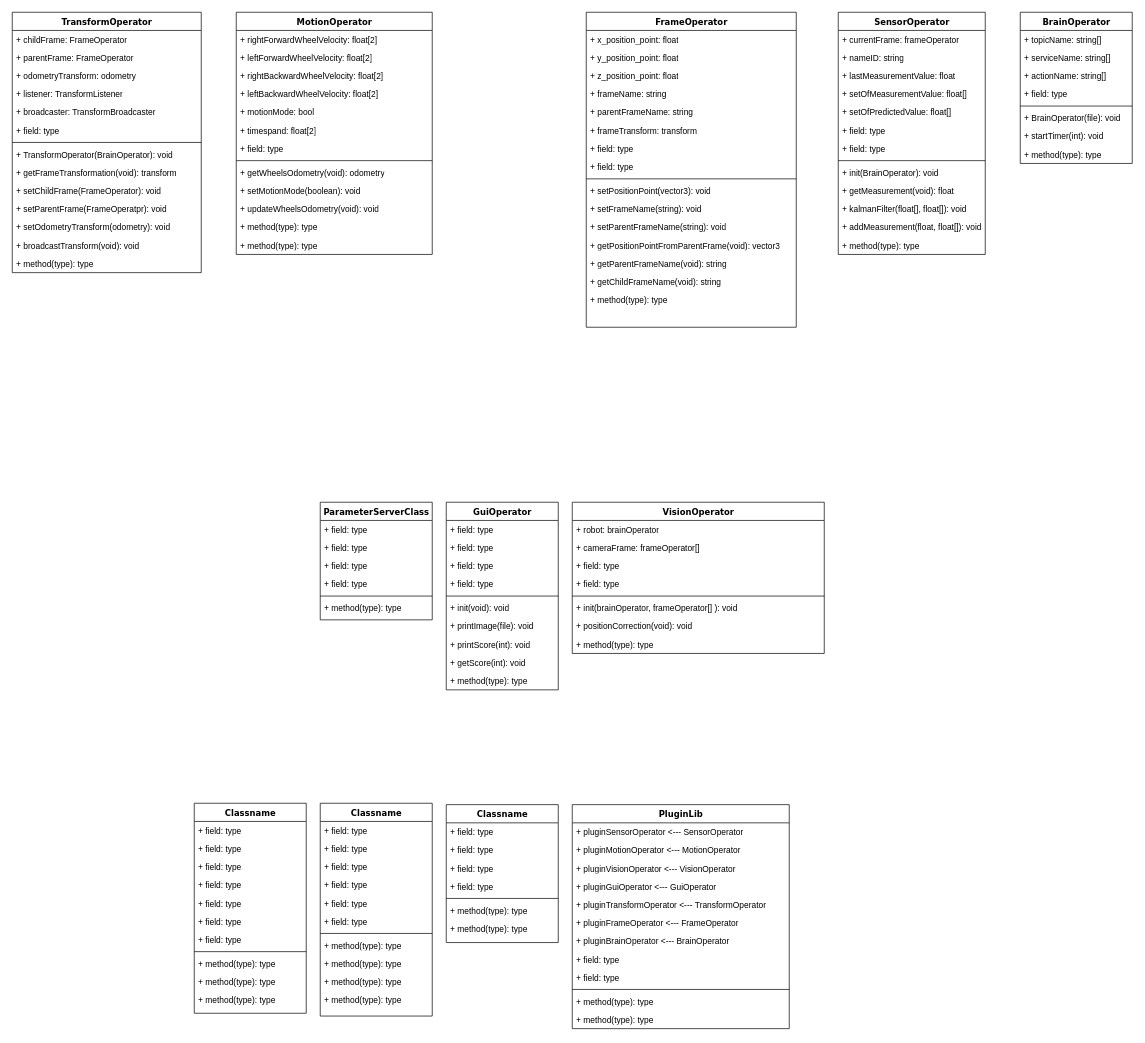
Betamax58/coupe-de-france keeps this draw.io diagram as software/software_class_diagram.drawio. Above is the earlier version. Source tidied: cells renumbered, new cells numbered last; positions are measured from the earlier drawing's top-left corner, leaving out a move shared by most shapes. Both pictures are drawn from the tidied source at 70%, with x=0, y=0 at pixel (12, 12).
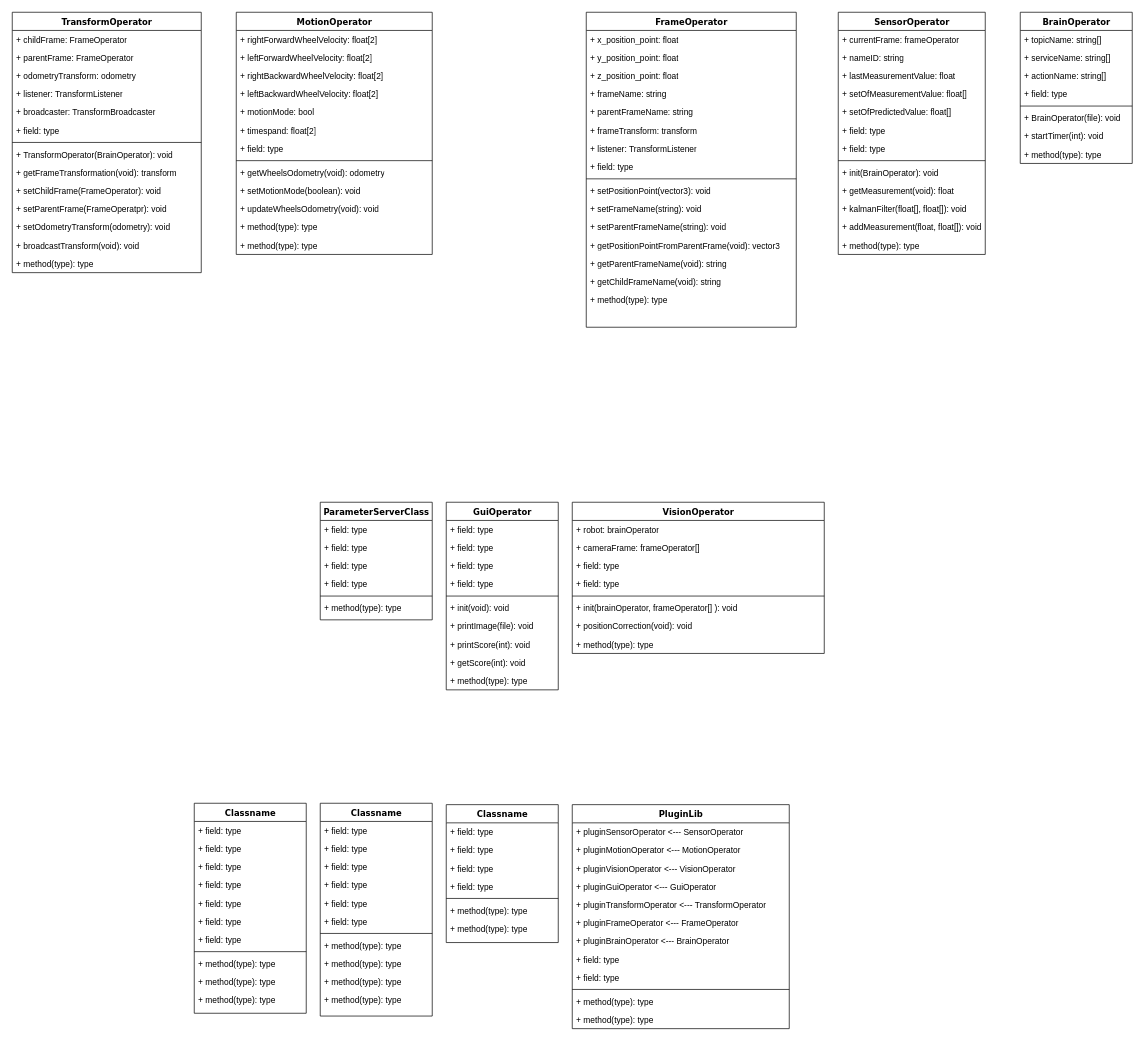
Above is the later version.

Commit message:
Mettre à jour software_class_diagram.drawio

The change refers to these unchanged cells:
```xml
<mxCell id="17" value="FrameOperator" style="swimlane;html=1;fontStyle=1;align=center;verticalAlign=top;horizontal=1;startSize=26;swimlaneFillColor=#ffffff;rounded=0;shadow=0;comic=0;labelBackgroundColor=none;strokeWidth=1;fillColor=none;fontFamily=Verdana;fontSize=12;" parent="1" vertex="1">
  <mxGeometry x="820" width="300" height="450" as="geometry" />
</mxCell>
```

The edit, as a diff of the source:
```diff
@@
-    <mxCell id="24" value="+ field: type" style="text;html=1;strokeColor=none;fillColor=none;align=left;verticalAlign=top;spacingLeft=4;spacingRight=4;whiteSpace=wrap;overflow=hidden;" parent="17" vertex="1">
+    <mxCell id="24" value="+ listener: TransformListener" style="text;html=1;strokeColor=none;fillColor=none;align=left;verticalAlign=top;spacingLeft=4;spacingRight=4;whiteSpace=wrap;overflow=hidden;" parent="17" vertex="1">
       <mxGeometry y="182" width="300" height="26" as="geometry" />
     </mxCell>
```
